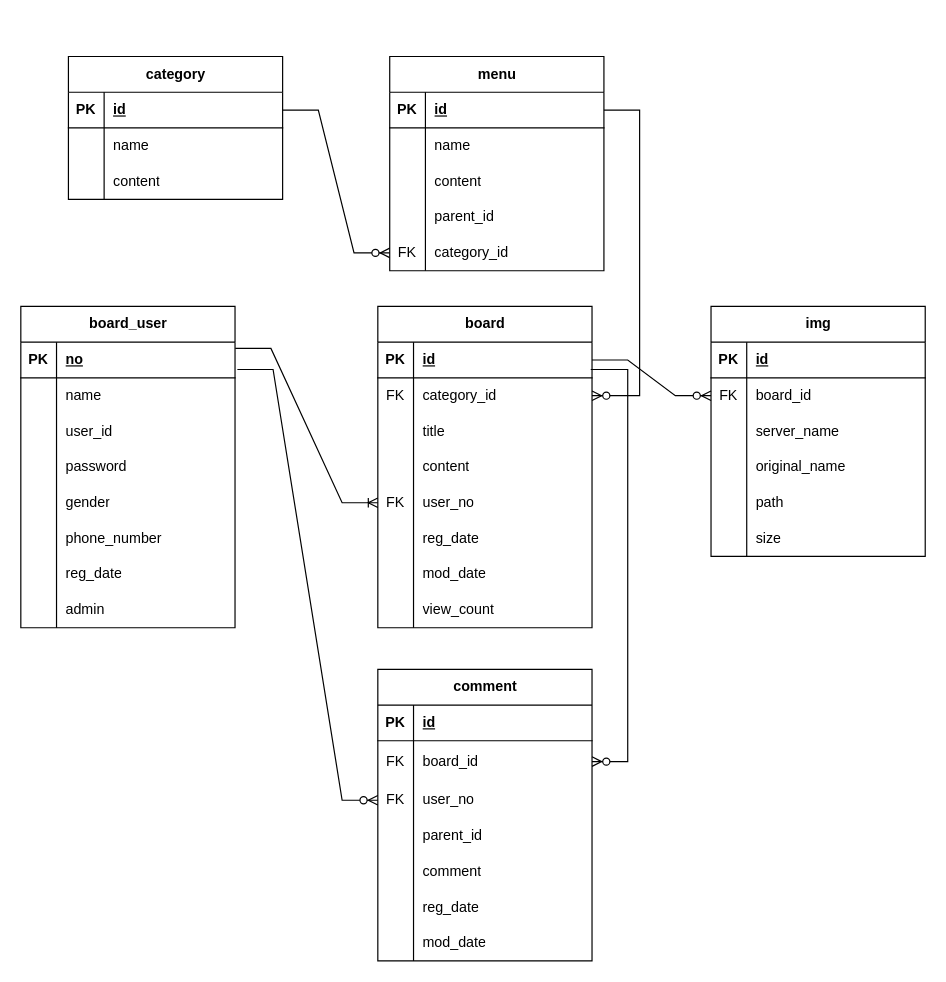
Above: board2.drawio in currychoco/loginboard2 (draw.io), before the change. Source tidied: cells renumbered, new cells numbered last; positions are measured from the earlier drawing's top-left corner, leaving out a move shared by most shapes. Both pictures are drawn from the tidied source at 119%, with x=0, y=0 at pixel (20, 56).
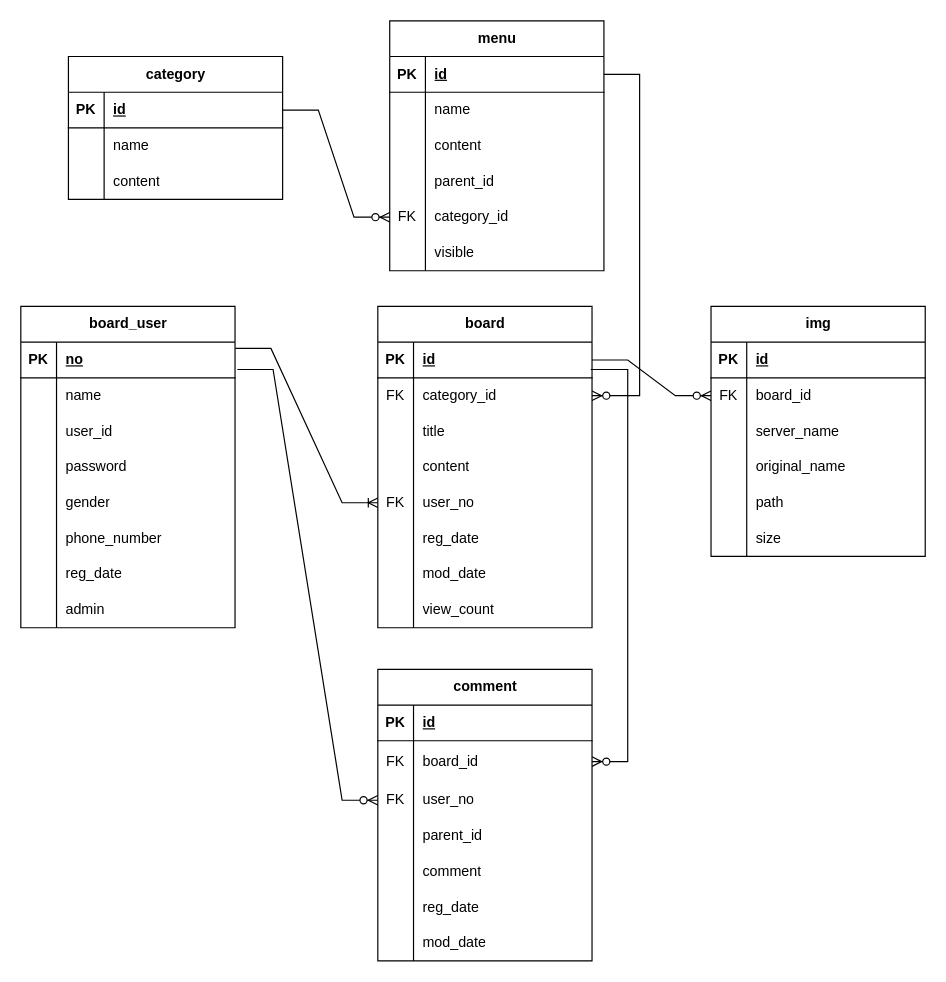
Above is the later version.

What changed in the source:
```diff
@@
     <mxCell id="97" value="menu" style="shape=table;startSize=30;childLayout=tableLayout;rowLines=0;fontStyle=1;align=center;html=1;" parent="1" vertex="1">
-      <mxGeometry x="310" width="180" height="180" as="geometry" />
+      <mxGeometry x="310" y="-30" width="180" height="210" as="geometry" />
     </mxCell>
@@
+    <mxCell id="125" style="shape=tableRow;horizontal=0;startSize=0;swimlaneHead=0;swimlaneBody=0;fillColor=none;top=0;left=0;right=0;bottom=0;" parent="97" vertex="1">
+      <mxGeometry y="180" width="180" height="30" as="geometry" />
+    </mxCell>
+    <mxCell id="126" style="shape=partialRectangle;fillColor=none;top=0;left=0;bottom=0;right=0;overflow=hidden;whiteSpace=wrap;html=1;" parent="125" vertex="1">
+      <mxGeometry width="30" height="30" as="geometry" />
+    </mxCell>
+    <mxCell id="127" value="visible" style="shape=partialRectangle;fillColor=none;top=0;left=0;bottom=0;right=0;align=left;spacingLeft=6;overflow=hidden;whiteSpace=wrap;html=1;" parent="125" vertex="1">
+      <mxGeometry x="30" width="150" height="30" as="geometry" />
+    </mxCell>
```
